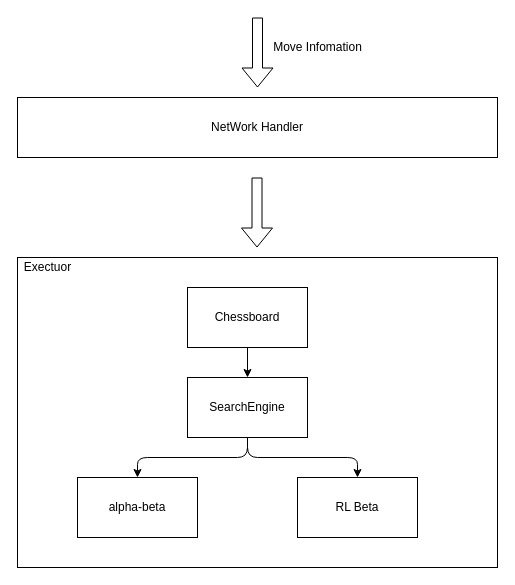
The draw.io diagram gomoku/docs/framwork.drawio in AmoyZhp/monorepo, before the edit. Source tidied: cells renumbered, new cells numbered last; positions are measured from the earlier drawing's top-left corner, leaving out a move shared by most shapes. Both pictures are drawn from the tidied source at 100%, with x=0, y=0 at pixel (17, 17).
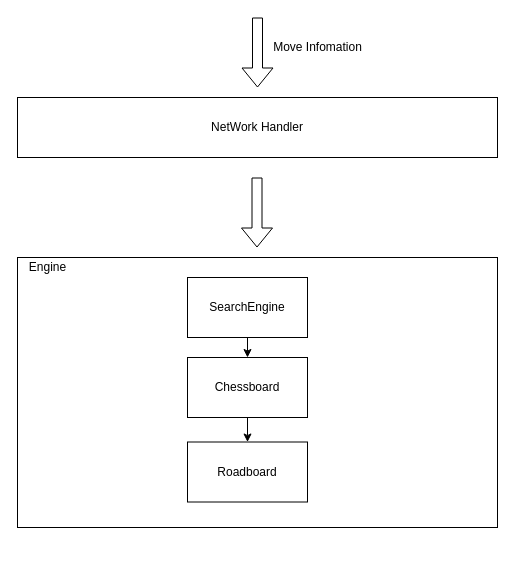
Above is the later version.

Commit message:
docs(gomoku): adjust framework

Change to the diagram source:
```diff
@@
 <mxGraphModel>
   <root>
     <mxCell id="0" />
     <mxCell id="1" parent="0" />
     <mxCell id="2" style="rounded=0;whiteSpace=wrap;html=1;" parent="1" vertex="1">
-      <mxGeometry y="240" width="480" height="310" as="geometry" />
+      <mxGeometry y="240" width="480" height="270" as="geometry" />
     </mxCell>
     <mxCell id="3" value="NetWork Handler" style="rounded=0;whiteSpace=wrap;html=1;" parent="1" vertex="1">
       <mxGeometry y="80" width="480" height="60" as="geometry" />
     </mxCell>
     <mxCell id="4" style="shape=flexArrow;endArrow=classic;html=1;" parent="1" edge="1">
       <mxGeometry relative="1" as="geometry">
         <mxPoint x="240" as="sourcePoint" />
         <mxPoint x="240" y="70" as="targetPoint" />
       </mxGeometry>
     </mxCell>
     <mxCell id="5" value="Move Infomation" style="text;html=1;align=center;verticalAlign=middle;strokeColor=none;fillColor=none;" parent="1" vertex="1">
       <mxGeometry x="250" y="20" width="100" height="20" as="geometry" />
     </mxCell>
-    <mxCell id="6" style="edgeStyle=none;html=1;exitX=0.5;exitY=1;exitDx=0;exitDy=0;" parent="1" edge="1" source="7" target="11">
-      <mxGeometry relative="1" as="geometry" />
-    </mxCell>
+    <mxCell id="15" style="edgeStyle=none;html=1;exitX=0.5;exitY=1;exitDx=0;exitDy=0;entryX=0.5;entryY=0;entryDx=0;entryDy=0;" parent="1" edge="1" source="7" target="17">
+      <mxGeometry relative="1" as="geometry" />
+    </mxCell>
     <mxCell id="7" value="Chessboard" style="rounded=0;whiteSpace=wrap;html=1;" parent="1" vertex="1">
-      <mxGeometry x="170" y="270" width="120" height="60" as="geometry" />
+      <mxGeometry x="170" y="340" width="120" height="60" as="geometry" />
     </mxCell>
-    <mxCell id="8" value="Exectuor" style="text;html=1;align=center;verticalAlign=middle;strokeColor=none;fillColor=none;" parent="1" vertex="1">
-      <mxGeometry y="240" width="60" height="20" as="geometry" />
+    <mxCell id="8" value="Engine" style="text;html=1;align=center;verticalAlign=middle;strokeColor=none;fillColor=none;" parent="1" vertex="1">
+      <mxGeometry x="5" y="240" width="50" height="20" as="geometry" />
     </mxCell>
-    <mxCell id="9" style="edgeStyle=orthogonalEdgeStyle;html=1;exitX=0.5;exitY=1;exitDx=0;exitDy=0;entryX=0.5;entryY=0;entryDx=0;entryDy=0;" parent="1" edge="1" source="11" target="12">
-      <mxGeometry relative="1" as="geometry" />
-    </mxCell>
-    <mxCell id="10" style="edgeStyle=orthogonalEdgeStyle;html=1;exitX=0.5;exitY=1;exitDx=0;exitDy=0;entryX=0.5;entryY=0;entryDx=0;entryDy=0;" parent="1" edge="1" source="11" target="13">
-      <mxGeometry relative="1" as="geometry" />
-    </mxCell>
+    <mxCell id="16" style="edgeStyle=none;html=1;exitX=0.5;exitY=1;exitDx=0;exitDy=0;entryX=0.5;entryY=0;entryDx=0;entryDy=0;" parent="1" edge="1" source="11" target="7">
+      <mxGeometry relative="1" as="geometry" />
+    </mxCell>
     <mxCell id="11" value="SearchEngine" style="rounded=0;whiteSpace=wrap;html=1;" parent="1" vertex="1">
-      <mxGeometry x="170" y="360" width="120" height="60" as="geometry" />
+      <mxGeometry x="170" y="260" width="120" height="60" as="geometry" />
     </mxCell>
-    <mxCell id="12" value="alpha-beta" style="rounded=0;whiteSpace=wrap;html=1;" parent="1" vertex="1">
-      <mxGeometry x="60" y="460" width="120" height="60" as="geometry" />
-    </mxCell>
-    <mxCell id="13" value="RL Beta" style="rounded=0;whiteSpace=wrap;html=1;" parent="1" vertex="1">
-      <mxGeometry x="280" y="460" width="120" height="60" as="geometry" />
-    </mxCell>
     <mxCell id="14" style="shape=flexArrow;endArrow=classic;html=1;" parent="1" edge="1">
       <mxGeometry relative="1" as="geometry">
         <mxPoint x="239.5" y="160" as="sourcePoint" />
         <mxPoint x="239.5" y="230" as="targetPoint" />
       </mxGeometry>
     </mxCell>
+    <mxCell id="17" value="Roadboard" style="rounded=0;whiteSpace=wrap;html=1;" parent="1" vertex="1">
+      <mxGeometry x="170" y="424.5" width="120" height="60" as="geometry" />
+    </mxCell>
   </root>
 </mxGraphModel>
```
